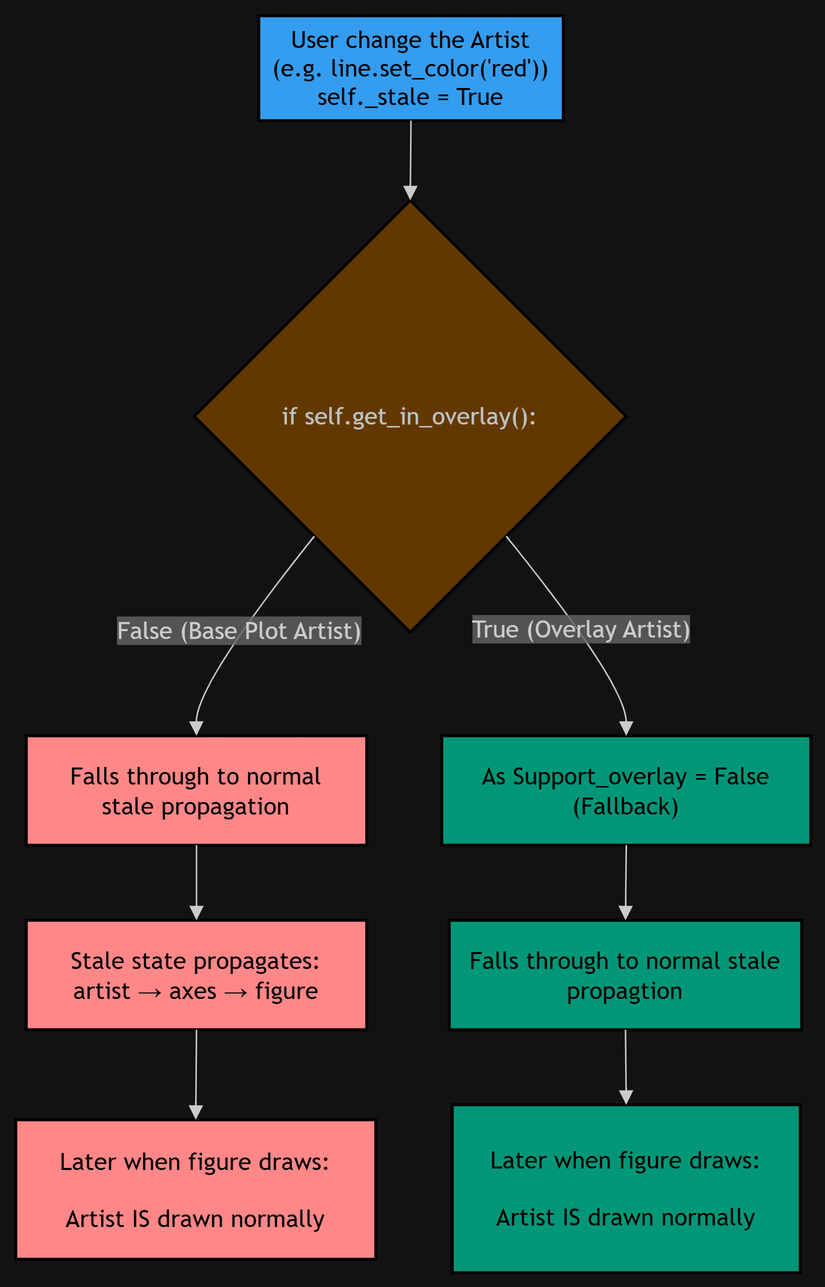
Before: assets/images/fallback.png, a diagram exported from draw.io (Vikash-Kumar-23/Vikash-Kumar-23.github.io). Source tidied: cells renumbered, new cells last; positions are measured from the earlier drawing's top-left corner, leaving out a move shared by most shapes.
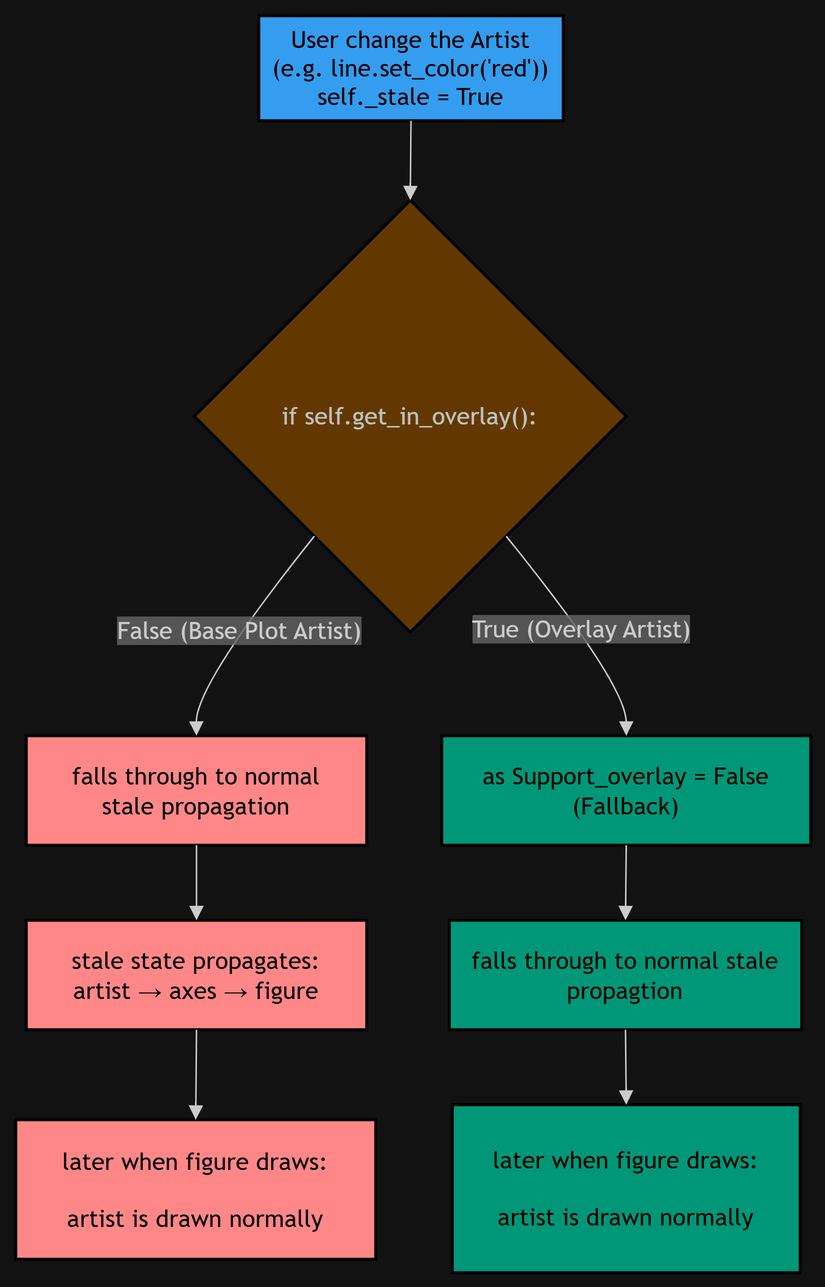
The same file after the commit.

Commit message:
Update the fallback flow chart

Change to the diagram source:
```diff
@@ -11,22 +11,22 @@
     <mxCell id="4" value="if self.get_in_overlay():" style="rhombus;html=1;strokeWidth=2;whiteSpace=wrap;fillColor=#fdcb6e;strokeColor=#fff;fontColor=#2d3436;fontFamily=Trebuchet MS,Verdana,Arial,sans-serif;fontSize=16;" parent="2" vertex="1">
       <mxGeometry x="149" y="153" width="288" height="288" as="geometry" />
     </mxCell>
-    <mxCell id="5" value="Falls through to normal&#10;stale propagation" style="html=1;whiteSpace=wrap;strokeWidth=2;fillColor=#d63031;strokeColor=#fff;fontColor=#fff;fontFamily=Trebuchet MS,Verdana,Arial,sans-serif;fontSize=16;" parent="2" vertex="1">
+    <mxCell id="5" value="falls through to normal&lt;br&gt;stale propagation" style="html=1;whiteSpace=wrap;strokeWidth=2;fillColor=#d63031;strokeColor=#fff;fontColor=#fff;fontFamily=Trebuchet MS,Verdana,Arial,sans-serif;fontSize=16;" parent="2" vertex="1">
       <mxGeometry x="37" y="510" width="227" height="73" as="geometry" />
     </mxCell>
-    <mxCell id="6" value="Stale state propagates:&#10;artist → axes → figure" style="html=1;whiteSpace=wrap;strokeWidth=2;fillColor=#d63031;strokeColor=#fff;fontColor=#fff;fontFamily=Trebuchet MS,Verdana,Arial,sans-serif;fontSize=16;" parent="2" vertex="1">
+    <mxCell id="6" value="stale state propagates:&lt;br&gt;artist → axes → figure" style="html=1;whiteSpace=wrap;strokeWidth=2;fillColor=#d63031;strokeColor=#fff;fontColor=#fff;fontFamily=Trebuchet MS,Verdana,Arial,sans-serif;fontSize=16;" parent="2" vertex="1">
       <mxGeometry x="37" y="633" width="227" height="73" as="geometry" />
     </mxCell>
-    <mxCell id="7" value="Later when figure draws:&#10;&#10;Artist IS drawn normally" style="html=1;whiteSpace=wrap;strokeWidth=2;fillColor=#d63031;strokeColor=#fff;fontColor=#fff;fontFamily=Trebuchet MS,Verdana,Arial,sans-serif;fontSize=16;" parent="2" vertex="1">
+    <mxCell id="7" value="later when figure draws:&lt;br&gt;&lt;br&gt;artist is drawn normally" style="html=1;whiteSpace=wrap;strokeWidth=2;fillColor=#d63031;strokeColor=#fff;fontColor=#fff;fontFamily=Trebuchet MS,Verdana,Arial,sans-serif;fontSize=16;" parent="2" vertex="1">
       <mxGeometry x="30" y="766" width="240" height="93" as="geometry" />
     </mxCell>
-    <mxCell id="8" value="As Support_overlay = False&lt;br&gt;(Fallback)" style="html=1;whiteSpace=wrap;strokeWidth=2;fillColor=#00b894;strokeColor=#fff;fontColor=#fff;fontFamily=Trebuchet MS,Verdana,Arial,sans-serif;fontSize=16;" parent="2" vertex="1">
+    <mxCell id="8" value="as Support_overlay = False&lt;br&gt;(Fallback)" style="html=1;whiteSpace=wrap;strokeWidth=2;fillColor=#00b894;strokeColor=#fff;fontColor=#fff;fontFamily=Trebuchet MS,Verdana,Arial,sans-serif;fontSize=16;" parent="2" vertex="1">
       <mxGeometry x="314" y="510" width="246" height="73" as="geometry" />
     </mxCell>
-    <mxCell id="9" value="Falls through to normal stale propagtion" style="html=1;whiteSpace=wrap;strokeWidth=2;fillColor=#00b894;strokeColor=#fff;fontColor=#fff;fontFamily=Trebuchet MS,Verdana,Arial,sans-serif;fontSize=16;" parent="2" vertex="1">
+    <mxCell id="9" value="falls through to normal stale propagtion" style="html=1;whiteSpace=wrap;strokeWidth=2;fillColor=#00b894;strokeColor=#fff;fontColor=#fff;fontFamily=Trebuchet MS,Verdana,Arial,sans-serif;fontSize=16;" parent="2" vertex="1">
       <mxGeometry x="319" y="633" width="235" height="73" as="geometry" />
     </mxCell>
-    <mxCell id="10" value="Later when figure draws:&lt;br&gt;&lt;br&gt;Artist IS drawn normally" style="html=1;whiteSpace=wrap;strokeWidth=2;fillColor=#00b894;strokeColor=#fff;fontColor=#fff;fontFamily=Trebuchet MS,Verdana,Arial,sans-serif;fontSize=16;" parent="2" vertex="1">
+    <mxCell id="10" value="later when figure draws:&lt;br&gt;&lt;br&gt;artist is drawn normally" style="html=1;whiteSpace=wrap;strokeWidth=2;fillColor=#00b894;strokeColor=#fff;fontColor=#fff;fontFamily=Trebuchet MS,Verdana,Arial,sans-serif;fontSize=16;" parent="2" vertex="1">
       <mxGeometry x="321" y="756" width="232" height="112" as="geometry" />
     </mxCell>
     <mxCell id="11" style="curved=1;startArrow=none;endArrow=block;endSize=7;strokeColor=light-dark(#333333,#cccccc);exitX=0.5;exitY=1;entryX=0.5;entryY=0;rounded=0;" parent="2" edge="1" source="3" target="4">
```
